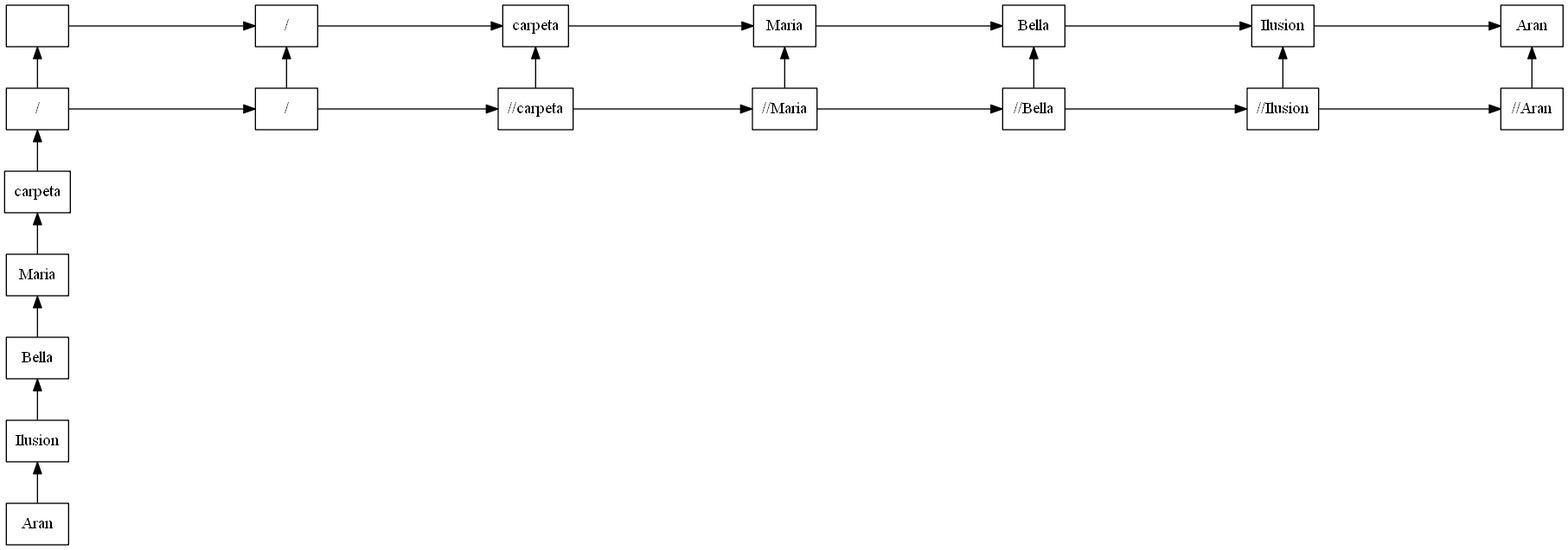
This is matriz.png from Aranmarh/EDD_2S2019_PY2_201408507, a Graphviz export, as it was before one commit. Its source is kept beside it as Matriz.dot.
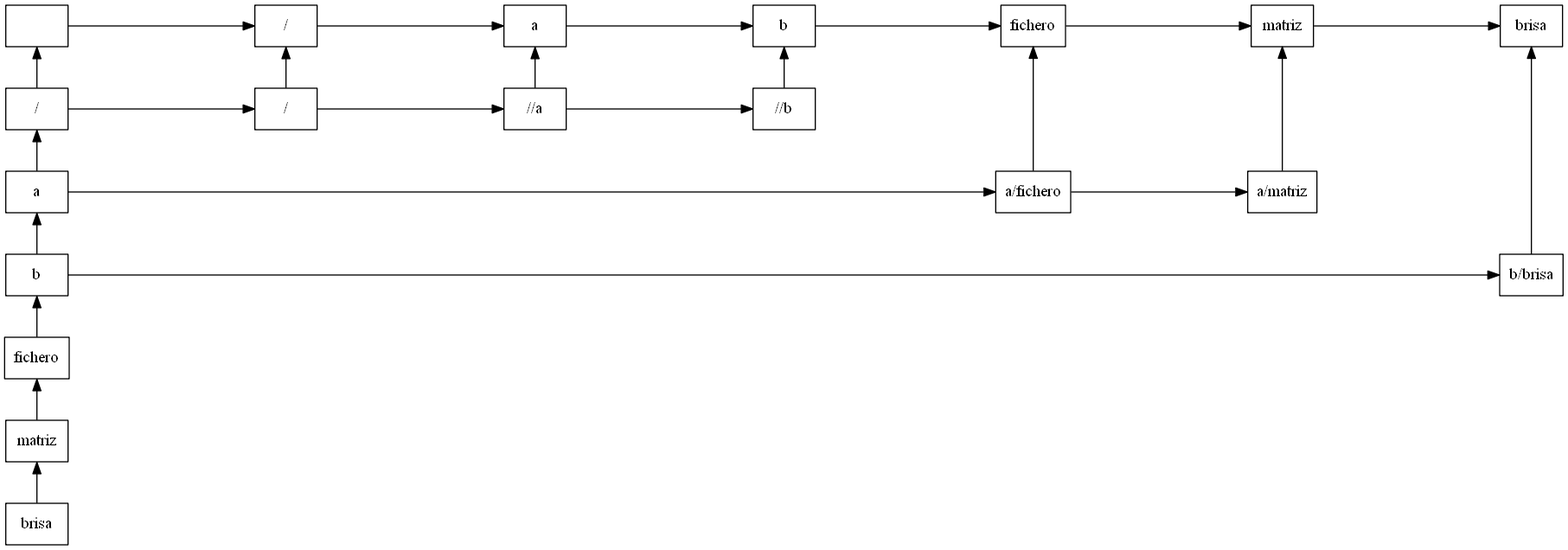
Later version of the same file.

Diff of the diagram source:
```diff
@@ -4,43 +4,43 @@
 00->10
 10[label="/ " pos="3,0!"];
 10->20
-20[label="carpeta " pos="6,0!"];
+20[label="a " pos="6,0!"];
 20->30
-30[label="Maria " pos="9,0!"];
+30[label="b " pos="9,0!"];
 30->40
-40[label="Bella " pos="12,0!"];
+40[label="fichero " pos="12,0!"];
 40->50
-50[label="Ilusion " pos="15,0!"];
+50[label="matriz " pos="15,0!"];
 50->60
-60[label="Aran " pos="18,0!"];
+60[label="brisa " pos="18,0!"];
 01[label="/ " pos="0,-1!"];
 01->00
 01->11
 11[label="/ " pos="3,-1!"];
 11->10
 11->21
-21[label="//carpeta " pos="6,-1!"];
+21[label="//a " pos="6,-1!"];
 21->20
 21->31
-31[label="//Maria " pos="9,-1!"];
+31[label="//b " pos="9,-1!"];
 31->30
-31->41
-41[label="//Bella " pos="12,-1!"];
-41->40
-41->51
-51[label="//Ilusion " pos="15,-1!"];
-51->50
-51->61
-61[label="//Aran " pos="18,-1!"];
-61->60
-02[label="carpeta " pos="0,-2!"];
+02[label="a " pos="0,-2!"];
 02->01
-03[label="Maria " pos="0,-3!"];
+02->42
+42[label="a/fichero " pos="12,-2!"];
+42->40
+42->52
+52[label="a/matriz " pos="15,-2!"];
+52->50
+03[label="b " pos="0,-3!"];
 03->02
-04[label="Bella " pos="0,-4!"];
+03->63
+63[label="b/brisa " pos="18,-3!"];
+63->60
+04[label="fichero " pos="0,-4!"];
 04->03
-05[label="Ilusion " pos="0,-5!"];
+05[label="matriz " pos="0,-5!"];
 05->04
-06[label="Aran " pos="0,-6!"];
+06[label="brisa " pos="0,-6!"];
 06->05
 }
```
